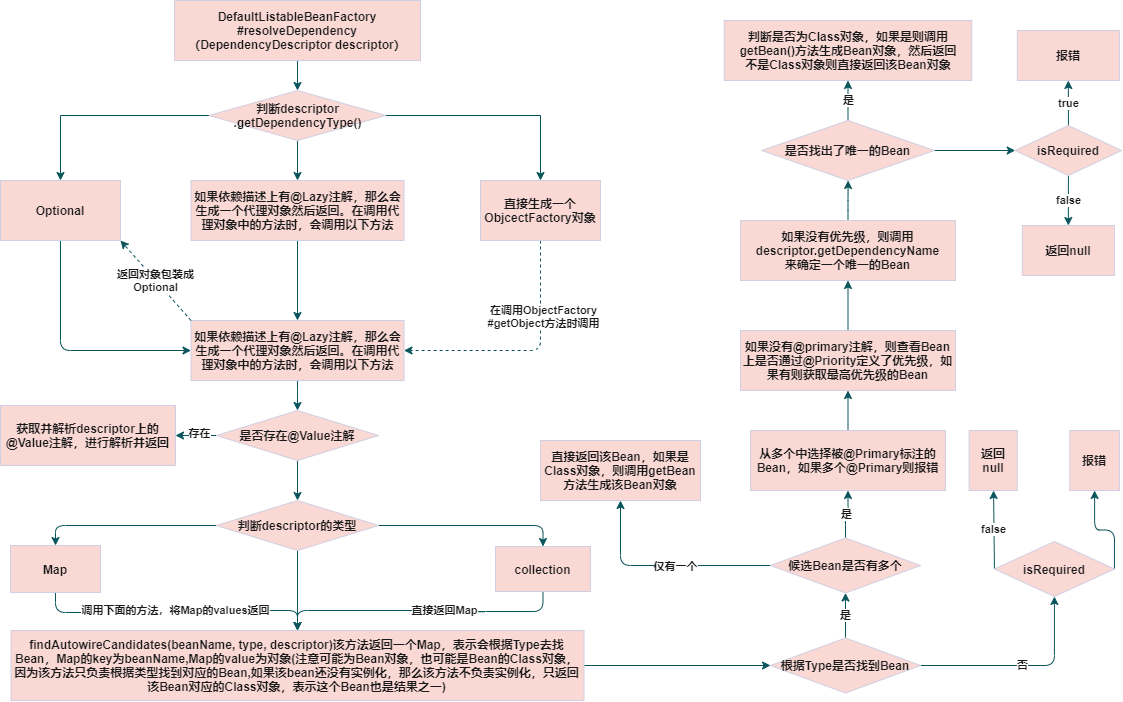
turn-left/turn-left.github.io keeps this draw.io diagram as docs/spring/imgs/DefaultListableBeanFactory依赖注入原理.png. Above is the earlier version. Source tidied: cells renumbered, new cells last; positions are measured from the earlier drawing's top-left corner, leaving out a move shared by most shapes. Source of this version:
```xml
<mxGraphModel>
  <root>
    <mxCell id="0" />
    <mxCell id="1" parent="0" />
    <mxCell id="2" style="edgeStyle=orthogonalEdgeStyle;rounded=0;jettySize=auto;html=1;strokeColor=#09555B;fontColor=#1A1A1A;fontStyle=1;" parent="1" edge="1" source="3" target="7">
      <mxGeometry relative="1" as="geometry" />
    </mxCell>
    <mxCell id="3" value="DefaultListableBeanFactory&lt;br&gt;#resolveDependency&lt;br&gt;（DependencyDescriptor descriptor）" style="rounded=0;whiteSpace=wrap;html=1;fillColor=#FAD9D5;strokeColor=#D0CEE2;fontColor=#1A1A1A;fontStyle=1;" parent="1" vertex="1">
      <mxGeometry x="174" width="246" height="60" as="geometry" />
    </mxCell>
    <mxCell id="4" style="edgeStyle=orthogonalEdgeStyle;rounded=0;jettySize=auto;html=1;strokeColor=#09555B;fontColor=#1A1A1A;fontStyle=1;" parent="1" edge="1" source="7" target="9">
      <mxGeometry relative="1" as="geometry" />
    </mxCell>
    <mxCell id="5" style="edgeStyle=orthogonalEdgeStyle;rounded=0;jettySize=auto;html=1;strokeColor=#09555B;fontColor=#1A1A1A;fontStyle=1;" parent="1" edge="1" source="7" target="12">
      <mxGeometry relative="1" as="geometry" />
    </mxCell>
    <mxCell id="6" style="edgeStyle=orthogonalEdgeStyle;rounded=0;jettySize=auto;html=1;strokeColor=#09555B;fontColor=#1A1A1A;fontStyle=1;" parent="1" edge="1" source="7" target="14">
      <mxGeometry relative="1" as="geometry" />
    </mxCell>
    <mxCell id="7" value="判断descriptor&lt;br&gt;.getDependencyType()" style="rhombus;whiteSpace=wrap;html=1;rounded=0;fillColor=#FAD9D5;strokeColor=#D0CEE2;fontColor=#1A1A1A;fontStyle=1;" parent="1" vertex="1">
      <mxGeometry x="208.7" y="90" width="176.6" height="50" as="geometry" />
    </mxCell>
    <mxCell id="8" style="edgeStyle=orthogonalEdgeStyle;rounded=1;sketch=0;jettySize=auto;html=1;strokeColor=#09555B;fontColor=#1A1A1A;entryX=0;entryY=0.5;entryDx=0;entryDy=0;exitX=0.5;exitY=1;exitDx=0;exitDy=0;fontStyle=1;" parent="1" edge="1" source="9" target="16">
      <mxGeometry relative="1" as="geometry" />
    </mxCell>
    <mxCell id="9" value="Optional" style="whiteSpace=wrap;html=1;rounded=0;fillColor=#FAD9D5;strokeColor=#D0CEE2;fontColor=#1A1A1A;fontStyle=1;" parent="1" vertex="1">
      <mxGeometry y="180" width="120" height="60" as="geometry" />
    </mxCell>
    <mxCell id="10" style="edgeStyle=orthogonalEdgeStyle;rounded=1;sketch=0;jettySize=auto;html=1;strokeColor=#09555B;fontColor=#1A1A1A;entryX=1;entryY=0.5;entryDx=0;entryDy=0;exitX=0.5;exitY=1;exitDx=0;exitDy=0;dashed=1;fontStyle=1;" parent="1" edge="1" source="12" target="16">
      <mxGeometry relative="1" as="geometry" />
    </mxCell>
    <mxCell id="11" value="在调用ObjectFactory&lt;br&gt;#getObject方法时调用" style="edgeLabel;html=1;align=center;verticalAlign=middle;fontColor=#1A1A1A;fontStyle=1;" parent="10" vertex="1">
      <mxGeometry x="-0.38" y="3" relative="1" as="geometry" />
    </mxCell>
    <mxCell id="12" value="直接生成一个&lt;br&gt;ObjcectFactory对象" style="whiteSpace=wrap;html=1;rounded=0;fillColor=#FAD9D5;strokeColor=#D0CEE2;fontColor=#1A1A1A;fontStyle=1;" parent="1" vertex="1">
      <mxGeometry x="480" y="180" width="120" height="60" as="geometry" />
    </mxCell>
    <mxCell id="13" style="edgeStyle=orthogonalEdgeStyle;curved=0;rounded=1;sketch=0;jettySize=auto;html=1;strokeColor=#09555B;fontColor=#1A1A1A;fontStyle=1;" parent="1" edge="1" source="14" target="16">
      <mxGeometry relative="1" as="geometry" />
    </mxCell>
    <mxCell id="14" value="如果依赖描述上有@Lazy注解，那么会生成一个代理对象然后返回。在调用代理对象中的方法时，会调用以下方法" style="whiteSpace=wrap;html=1;rounded=0;fillColor=#FAD9D5;strokeColor=#D0CEE2;fontColor=#1A1A1A;fontStyle=1;" parent="1" vertex="1">
      <mxGeometry x="190.5" y="180" width="213" height="60" as="geometry" />
    </mxCell>
    <mxCell id="15" style="edgeStyle=orthogonalEdgeStyle;rounded=1;sketch=0;jettySize=auto;html=1;strokeColor=#09555B;fontColor=#1A1A1A;fontStyle=1;" parent="1" edge="1" source="16" target="21">
      <mxGeometry relative="1" as="geometry" />
    </mxCell>
    <mxCell id="16" value="如果依赖描述上有@Lazy注解，那么会生成一个代理对象然后返回。在调用代理对象中的方法时，会调用以下方法" style="whiteSpace=wrap;html=1;rounded=0;fillColor=#FAD9D5;strokeColor=#D0CEE2;fontColor=#1A1A1A;fontStyle=1;" parent="1" vertex="1">
      <mxGeometry x="190.5" y="320" width="213" height="60" as="geometry" />
    </mxCell>
    <mxCell id="17" value="返回对象包装成&lt;br&gt;Optional" style="endArrow=classic;html=1;strokeColor=#09555B;fontColor=#1A1A1A;entryX=1;entryY=1;entryDx=0;entryDy=0;exitX=0;exitY=0;exitDx=0;exitDy=0;dashed=1;fontStyle=1;" parent="1" edge="1" source="16" target="9">
      <mxGeometry relative="1" as="geometry" />
    </mxCell>
    <mxCell id="18" style="edgeStyle=orthogonalEdgeStyle;rounded=1;sketch=0;jettySize=auto;html=1;strokeColor=#09555B;fontColor=#1A1A1A;fontStyle=1;" parent="1" edge="1" source="21" target="22">
      <mxGeometry relative="1" as="geometry" />
    </mxCell>
    <mxCell id="19" value="存在" style="edgeLabel;html=1;align=center;verticalAlign=middle;fontColor=#1A1A1A;fontStyle=1;" parent="18" vertex="1">
      <mxGeometry x="-0.16" y="-2" relative="1" as="geometry" />
    </mxCell>
    <mxCell id="20" style="edgeStyle=orthogonalEdgeStyle;rounded=1;sketch=0;jettySize=auto;html=1;strokeColor=#09555B;fontColor=#1A1A1A;fontStyle=1;" parent="1" edge="1" source="21" target="26">
      <mxGeometry relative="1" as="geometry" />
    </mxCell>
    <mxCell id="21" value="是否存在@Value注解" style="rhombus;whiteSpace=wrap;html=1;rounded=0;fontColor=#1A1A1A;fontStyle=1;strokeColor=#D0CEE2;fillColor=#FAD9D5;" parent="1" vertex="1">
      <mxGeometry x="216" y="410" width="162" height="50" as="geometry" />
    </mxCell>
    <mxCell id="22" value="获取并解析descriptor上的@Value注解，进行解析并返回" style="whiteSpace=wrap;html=1;rounded=0;fontColor=#1A1A1A;fontStyle=1;strokeColor=#D0CEE2;fillColor=#FAD9D5;" parent="1" vertex="1">
      <mxGeometry y="405" width="175" height="60" as="geometry" />
    </mxCell>
    <mxCell id="23" style="edgeStyle=orthogonalEdgeStyle;rounded=1;sketch=0;jettySize=auto;html=1;strokeColor=#09555B;fontColor=#1A1A1A;entryX=0.5;entryY=0;entryDx=0;entryDy=0;fontStyle=1;" parent="1" edge="1" source="26" target="28">
      <mxGeometry relative="1" as="geometry" />
    </mxCell>
    <mxCell id="24" style="edgeStyle=orthogonalEdgeStyle;rounded=1;sketch=0;jettySize=auto;html=1;strokeColor=#09555B;fontColor=#1A1A1A;fontStyle=1;" parent="1" edge="1" source="26" target="30">
      <mxGeometry relative="1" as="geometry" />
    </mxCell>
    <mxCell id="25" style="edgeStyle=orthogonalEdgeStyle;rounded=1;sketch=0;jettySize=auto;html=1;strokeColor=#09555B;fontColor=#1A1A1A;entryX=0.5;entryY=0;entryDx=0;entryDy=0;fontStyle=1;" parent="1" edge="1" source="26" target="33">
      <mxGeometry relative="1" as="geometry" />
    </mxCell>
    <mxCell id="26" value="判断descriptor的类型" style="rhombus;whiteSpace=wrap;html=1;rounded=0;fontColor=#1A1A1A;fontStyle=1;strokeColor=#D0CEE2;fillColor=#FAD9D5;" parent="1" vertex="1">
      <mxGeometry x="216" y="500" width="162" height="50" as="geometry" />
    </mxCell>
    <mxCell id="27" value="调用下面的方法，将Map的values返回" style="edgeStyle=orthogonalEdgeStyle;rounded=1;sketch=0;jettySize=auto;html=1;strokeColor=#09555B;fontColor=#1A1A1A;fontStyle=1;" parent="1" edge="1" source="28" target="30">
      <mxGeometry relative="1" as="geometry" />
    </mxCell>
    <mxCell id="28" value="Map" style="whiteSpace=wrap;html=1;rounded=0;fontColor=#1A1A1A;fontStyle=1;strokeColor=#D0CEE2;fillColor=#FAD9D5;" parent="1" vertex="1">
      <mxGeometry x="10" y="545" width="90" height="47" as="geometry" />
    </mxCell>
    <mxCell id="29" style="edgeStyle=orthogonalEdgeStyle;rounded=1;sketch=0;jettySize=auto;html=1;strokeColor=#09555B;fontColor=#1A1A1A;fontStyle=1;" parent="1" edge="1" source="30" target="36">
      <mxGeometry relative="1" as="geometry" />
    </mxCell>
    <mxCell id="30" value="findAutowireCandidates(beanName, type, descriptor)该方法返回一个Map，表示会根据Type去找Bean，Map的key为beanName,Map的value为对象(注意可能为Bean对象，也可能是Bean的Class对象，因为该方法只负责根据类型找到对应的Bean,如果该bean还没有实例化，那么该方法不负责实例化，只返回该Bean对应的Class对象，表示这个Bean也是结果之一)" style="whiteSpace=wrap;html=1;rounded=0;fontColor=#1A1A1A;fontStyle=1;strokeColor=#D0CEE2;fillColor=#FAD9D5;" parent="1" vertex="1">
      <mxGeometry x="10.5" y="630" width="573" height="70" as="geometry" />
    </mxCell>
    <mxCell id="31" style="edgeStyle=orthogonalEdgeStyle;rounded=1;sketch=0;jettySize=auto;html=1;strokeColor=#09555B;fontColor=#1A1A1A;fontStyle=1;" parent="1" edge="1" source="33" target="30">
      <mxGeometry relative="1" as="geometry" />
    </mxCell>
    <mxCell id="32" value="直接返回Map" style="edgeLabel;html=1;align=center;verticalAlign=middle;fontColor=#1A1A1A;fontStyle=1;" parent="31" vertex="1">
      <mxGeometry x="-0.16" relative="1" as="geometry">
        <mxPoint x="1" as="offset" />
      </mxGeometry>
    </mxCell>
    <mxCell id="33" value="collection" style="whiteSpace=wrap;html=1;rounded=0;fontColor=#1A1A1A;fontStyle=1;strokeColor=#D0CEE2;fillColor=#FAD9D5;" parent="1" vertex="1">
      <mxGeometry x="495" y="546" width="95" height="45" as="geometry" />
    </mxCell>
    <mxCell id="34" value="否" style="edgeStyle=orthogonalEdgeStyle;rounded=1;sketch=0;jettySize=auto;html=1;strokeColor=#09555B;fontColor=#1A1A1A;fontStyle=1;" parent="1" edge="1" source="36" target="39">
      <mxGeometry relative="1" as="geometry" />
    </mxCell>
    <mxCell id="35" value="是" style="edgeStyle=orthogonalEdgeStyle;rounded=1;sketch=0;jettySize=auto;html=1;strokeColor=#09555B;fontColor=#1A1A1A;fontStyle=1;" parent="1" edge="1" source="36" target="43">
      <mxGeometry relative="1" as="geometry" />
    </mxCell>
    <mxCell id="36" value="根据Type是否找到Bean" style="rhombus;whiteSpace=wrap;html=1;rounded=0;fontColor=#1A1A1A;fontStyle=1;strokeColor=#D0CEE2;fillColor=#FAD9D5;" parent="1" vertex="1">
      <mxGeometry x="770" y="637.5" width="150" height="55" as="geometry" />
    </mxCell>
    <mxCell id="37" value="false" style="rounded=1;sketch=0;jettySize=auto;html=1;strokeColor=#09555B;fontColor=#1A1A1A;exitX=0;exitY=0.5;exitDx=0;exitDy=0;fontStyle=1;" parent="1" edge="1" source="39" target="44">
      <mxGeometry relative="1" as="geometry" />
    </mxCell>
    <mxCell id="38" style="rounded=1;sketch=0;jettySize=auto;html=1;strokeColor=#09555B;fontColor=#1A1A1A;exitX=1;exitY=0.5;exitDx=0;exitDy=0;edgeStyle=elbowEdgeStyle;elbow=vertical;fontStyle=1;" parent="1" edge="1" source="39" target="45">
      <mxGeometry relative="1" as="geometry" />
    </mxCell>
    <mxCell id="39" value="isRequired" style="rhombus;whiteSpace=wrap;html=1;rounded=0;fontColor=#1A1A1A;fontStyle=1;strokeColor=#D0CEE2;fillColor=#FAD9D5;" parent="1" vertex="1">
      <mxGeometry x="993.9" y="541" width="120" height="55" as="geometry" />
    </mxCell>
    <mxCell id="40" style="edgeStyle=orthogonalEdgeStyle;rounded=1;sketch=0;jettySize=auto;html=1;strokeColor=#09555B;fontColor=#1A1A1A;fontStyle=1;" parent="1" edge="1" source="43" target="46">
      <mxGeometry relative="1" as="geometry" />
    </mxCell>
    <mxCell id="41" value="仅有一个" style="edgeLabel;html=1;align=center;verticalAlign=middle;fontColor=#1A1A1A;fontStyle=1;" parent="40" vertex="1">
      <mxGeometry x="-0.11" y="1" relative="1" as="geometry" />
    </mxCell>
    <mxCell id="42" value="是" style="edgeStyle=orthogonalEdgeStyle;rounded=1;sketch=0;jettySize=auto;html=1;strokeColor=#09555B;fontColor=#1A1A1A;fontStyle=1;" parent="1" edge="1" source="43" target="48">
      <mxGeometry relative="1" as="geometry" />
    </mxCell>
    <mxCell id="43" value="候选Bean是否有多个" style="rhombus;whiteSpace=wrap;html=1;rounded=0;fontColor=#1A1A1A;fontStyle=1;strokeColor=#D0CEE2;fillColor=#FAD9D5;" parent="1" vertex="1">
      <mxGeometry x="770" y="537.5" width="150" height="55" as="geometry" />
    </mxCell>
    <mxCell id="44" value="返回&lt;br&gt;null" style="whiteSpace=wrap;html=1;rounded=0;fontColor=#1A1A1A;fontStyle=1;strokeColor=#D0CEE2;fillColor=#FAD9D5;" parent="1" vertex="1">
      <mxGeometry x="968.6" y="430" width="48.2" height="60" as="geometry" />
    </mxCell>
    <mxCell id="45" value="报错" style="whiteSpace=wrap;html=1;rounded=0;fontColor=#1A1A1A;fontStyle=1;strokeColor=#D0CEE2;fillColor=#FAD9D5;" parent="1" vertex="1">
      <mxGeometry x="1069.3" y="430" width="49.6" height="60" as="geometry" />
    </mxCell>
    <mxCell id="46" value="直接返回该Bean，如果是Class对象，则调用getBean方法生成该Bean对象" style="whiteSpace=wrap;html=1;rounded=0;fontColor=#1A1A1A;fontStyle=1;strokeColor=#D0CEE2;fillColor=#FAD9D5;" parent="1" vertex="1">
      <mxGeometry x="540" y="440" width="160" height="60" as="geometry" />
    </mxCell>
    <mxCell id="47" style="edgeStyle=orthogonalEdgeStyle;rounded=1;sketch=0;jettySize=auto;html=1;strokeColor=#09555B;fontColor=#1A1A1A;fontStyle=1;" parent="1" edge="1" source="48" target="50">
      <mxGeometry relative="1" as="geometry" />
    </mxCell>
    <mxCell id="48" value="从多个中选择被@Primary标注的Bean，如果多个@Primary则报错" style="whiteSpace=wrap;html=1;rounded=0;fontColor=#1A1A1A;fontStyle=1;strokeColor=#D0CEE2;fillColor=#FAD9D5;" parent="1" vertex="1">
      <mxGeometry x="750" y="430" width="195" height="60" as="geometry" />
    </mxCell>
    <mxCell id="49" style="edgeStyle=orthogonalEdgeStyle;rounded=1;sketch=0;jettySize=auto;html=1;strokeColor=#09555B;fontColor=#1A1A1A;fontStyle=1;" parent="1" edge="1" source="50" target="52">
      <mxGeometry relative="1" as="geometry" />
    </mxCell>
    <mxCell id="50" value="如果没有@primary注解，则查看Bean上是否通过@Priority定义了优先级，如果有则获取最高优先级的Bean" style="whiteSpace=wrap;html=1;rounded=0;fontColor=#1A1A1A;fontStyle=1;strokeColor=#D0CEE2;fillColor=#FAD9D5;" parent="1" vertex="1">
      <mxGeometry x="740" y="330" width="215" height="60" as="geometry" />
    </mxCell>
    <mxCell id="51" style="edgeStyle=orthogonalEdgeStyle;rounded=1;sketch=0;jettySize=auto;html=1;strokeColor=#09555B;fontColor=#1A1A1A;fontStyle=1;" parent="1" edge="1" source="52" target="55">
      <mxGeometry relative="1" as="geometry" />
    </mxCell>
    <mxCell id="52" value="如果没有优先级，则调用descriptor.getDependencyName&lt;br&gt;来确定一个唯一的Bean" style="whiteSpace=wrap;html=1;rounded=0;fontColor=#1A1A1A;fontStyle=1;strokeColor=#D0CEE2;fillColor=#FAD9D5;" parent="1" vertex="1">
      <mxGeometry x="740" y="220" width="215" height="60" as="geometry" />
    </mxCell>
    <mxCell id="53" value="是" style="edgeStyle=orthogonalEdgeStyle;rounded=1;sketch=0;jettySize=auto;html=1;strokeColor=#09555B;fontColor=#1A1A1A;fontStyle=1;" parent="1" edge="1" source="55" target="56">
      <mxGeometry relative="1" as="geometry" />
    </mxCell>
    <mxCell id="54" style="edgeStyle=orthogonalEdgeStyle;rounded=1;sketch=0;jettySize=auto;html=1;strokeColor=#09555B;fontColor=#1A1A1A;fontStyle=1;" parent="1" edge="1" source="55" target="59">
      <mxGeometry relative="1" as="geometry" />
    </mxCell>
    <mxCell id="55" value="是否找出了唯一的Bean" style="rhombus;whiteSpace=wrap;html=1;rounded=0;fontColor=#1A1A1A;fontStyle=1;strokeColor=#D0CEE2;fillColor=#FAD9D5;" parent="1" vertex="1">
      <mxGeometry x="761.2" y="120" width="172.5" height="60" as="geometry" />
    </mxCell>
    <mxCell id="56" value="判断是否为Class对象，如果是则调用getBean()方法生成Bean对象，然后返回&lt;br&gt;不是Class对象则直接返回该Bean对象" style="whiteSpace=wrap;html=1;rounded=0;fontColor=#1A1A1A;fontStyle=1;strokeColor=#D0CEE2;fillColor=#FAD9D5;" parent="1" vertex="1">
      <mxGeometry x="723.8" y="20" width="247.5" height="60" as="geometry" />
    </mxCell>
    <mxCell id="57" value="false" style="edgeStyle=orthogonalEdgeStyle;rounded=1;sketch=0;jettySize=auto;html=1;strokeColor=#09555B;fontColor=#1A1A1A;fontStyle=1;" parent="1" edge="1" source="59" target="60">
      <mxGeometry relative="1" as="geometry" />
    </mxCell>
    <mxCell id="58" value="true" style="edgeStyle=orthogonalEdgeStyle;rounded=1;sketch=0;jettySize=auto;html=1;strokeColor=#09555B;fontColor=#1A1A1A;fontStyle=1;" parent="1" edge="1" source="59" target="61">
      <mxGeometry relative="1" as="geometry" />
    </mxCell>
    <mxCell id="59" value="isRequired" style="rhombus;whiteSpace=wrap;html=1;rounded=0;fontColor=#1A1A1A;fontStyle=1;strokeColor=#D0CEE2;fillColor=#FAD9D5;" parent="1" vertex="1">
      <mxGeometry x="1014.8" y="125" width="106.2" height="50" as="geometry" />
    </mxCell>
    <mxCell id="60" value="返回null" style="whiteSpace=wrap;html=1;rounded=0;fontColor=#1A1A1A;fontStyle=1;strokeColor=#D0CEE2;fillColor=#FAD9D5;" parent="1" vertex="1">
      <mxGeometry x="1021.8" y="225" width="92.1" height="50" as="geometry" />
    </mxCell>
    <mxCell id="61" value="报错" style="whiteSpace=wrap;html=1;rounded=0;fontColor=#1A1A1A;fontStyle=1;strokeColor=#D0CEE2;fillColor=#FAD9D5;" parent="1" vertex="1">
      <mxGeometry x="1016.8" y="30" width="102.1" height="50" as="geometry" />
    </mxCell>
  </root>
</mxGraphModel>
```
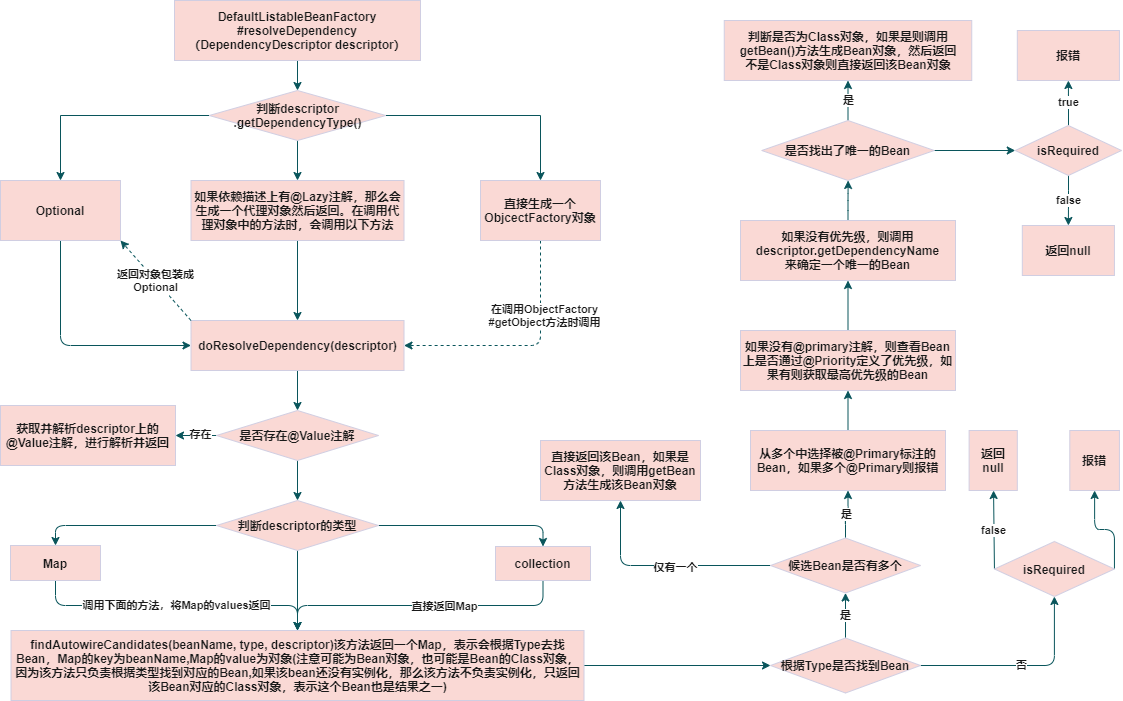
The same file after the commit.

What changed in the source:
```diff
@@ -44,8 +44,8 @@
     <mxCell id="15" style="edgeStyle=orthogonalEdgeStyle;rounded=1;sketch=0;jettySize=auto;html=1;strokeColor=#09555B;fontColor=#1A1A1A;fontStyle=1;" parent="1" edge="1" source="16" target="21">
       <mxGeometry relative="1" as="geometry" />
     </mxCell>
-    <mxCell id="16" value="如果依赖描述上有@Lazy注解，那么会生成一个代理对象然后返回。在调用代理对象中的方法时，会调用以下方法" style="whiteSpace=wrap;html=1;rounded=0;fillColor=#FAD9D5;strokeColor=#D0CEE2;fontColor=#1A1A1A;fontStyle=1;" parent="1" vertex="1">
-      <mxGeometry x="190.5" y="320" width="213" height="60" as="geometry" />
+    <mxCell id="16" value="doResolveDependency(descriptor)" style="whiteSpace=wrap;html=1;rounded=0;fillColor=#FAD9D5;strokeColor=#D0CEE2;fontColor=#1A1A1A;fontStyle=1;" parent="1" vertex="1">
+      <mxGeometry x="190.5" y="320" width="213" height="50" as="geometry" />
     </mxCell>
     <mxCell id="17" value="返回对象包装成&lt;br&gt;Optional" style="endArrow=classic;html=1;strokeColor=#09555B;fontColor=#1A1A1A;entryX=1;entryY=1;entryDx=0;entryDy=0;exitX=0;exitY=0;exitDx=0;exitDy=0;dashed=1;fontStyle=1;" parent="1" edge="1" source="16" target="9">
       <mxGeometry relative="1" as="geometry" />
@@ -81,7 +81,7 @@
       <mxGeometry relative="1" as="geometry" />
     </mxCell>
     <mxCell id="28" value="Map" style="whiteSpace=wrap;html=1;rounded=0;fontColor=#1A1A1A;fontStyle=1;strokeColor=#D0CEE2;fillColor=#FAD9D5;" parent="1" vertex="1">
-      <mxGeometry x="10" y="545" width="90" height="47" as="geometry" />
+      <mxGeometry x="10" y="545" width="90" height="35" as="geometry" />
     </mxCell>
     <mxCell id="29" style="edgeStyle=orthogonalEdgeStyle;rounded=1;sketch=0;jettySize=auto;html=1;strokeColor=#09555B;fontColor=#1A1A1A;fontStyle=1;" parent="1" edge="1" source="30" target="36">
       <mxGeometry relative="1" as="geometry" />
@@ -98,7 +98,7 @@
       </mxGeometry>
     </mxCell>
     <mxCell id="33" value="collection" style="whiteSpace=wrap;html=1;rounded=0;fontColor=#1A1A1A;fontStyle=1;strokeColor=#D0CEE2;fillColor=#FAD9D5;" parent="1" vertex="1">
-      <mxGeometry x="495" y="546" width="95" height="45" as="geometry" />
+      <mxGeometry x="495" y="546" width="95" height="34" as="geometry" />
     </mxCell>
     <mxCell id="34" value="否" style="edgeStyle=orthogonalEdgeStyle;rounded=1;sketch=0;jettySize=auto;html=1;strokeColor=#09555B;fontColor=#1A1A1A;fontStyle=1;" parent="1" edge="1" source="36" target="39">
       <mxGeometry relative="1" as="geometry" />
```
